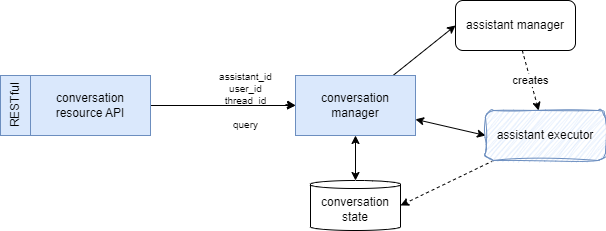
The draw.io diagram docs/diagrams/design/conversation_mgr.drawio.png in AthenaDecisionSystems/athena-owl-core, before a commit. Source tidied: cells renumbered, new cells last; positions are measured from the earlier drawing's top-left corner, leaving out a move shared by most shapes.
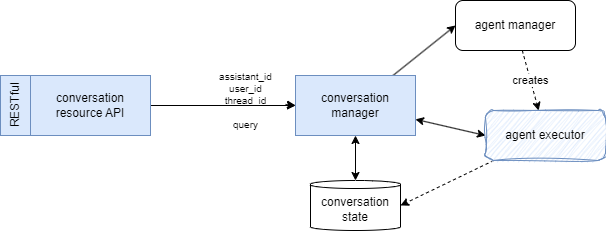
After the commit.

Change to the diagram source:
```diff
@@ -32,7 +32,7 @@
     <mxCell id="11" value="creates" style="edgeStyle=none;html=1;fontSize=11;startArrow=none;startFill=0;dashed=1;" parent="1" edge="1" source="12" target="15">
       <mxGeometry relative="1" as="geometry" />
     </mxCell>
-    <mxCell id="12" value="assistant manager" style="rounded=1;whiteSpace=wrap;html=1;fontSize=12;" parent="1" vertex="1">
+    <mxCell id="12" value="agent manager" style="rounded=1;whiteSpace=wrap;html=1;fontSize=12;" parent="1" vertex="1">
       <mxGeometry x="470" width="120" height="50" as="geometry" />
     </mxCell>
     <mxCell id="13" value="conversation state" style="shape=cylinder3;whiteSpace=wrap;html=1;boundedLbl=1;backgroundOutline=1;size=4;fontSize=12;" parent="1" vertex="1">
@@ -41,7 +41,7 @@
     <mxCell id="14" style="edgeStyle=none;html=1;entryX=1;entryY=0.5;entryDx=0;entryDy=0;entryPerimeter=0;dashed=1;fontSize=11;startArrow=none;startFill=0;" parent="1" edge="1" source="15" target="13">
       <mxGeometry relative="1" as="geometry" />
     </mxCell>
-    <mxCell id="15" value="assistant executor" style="rounded=1;whiteSpace=wrap;html=1;fontSize=12;sketch=1;curveFitting=1;jiggle=2;fillColor=#dae8fc;strokeColor=#6c8ebf;" parent="1" vertex="1">
+    <mxCell id="15" value="agent executor" style="rounded=1;whiteSpace=wrap;html=1;fontSize=12;sketch=1;curveFitting=1;jiggle=2;fillColor=#dae8fc;strokeColor=#6c8ebf;" parent="1" vertex="1">
       <mxGeometry x="500" y="110" width="120" height="50" as="geometry" />
     </mxCell>
   </root>
```
